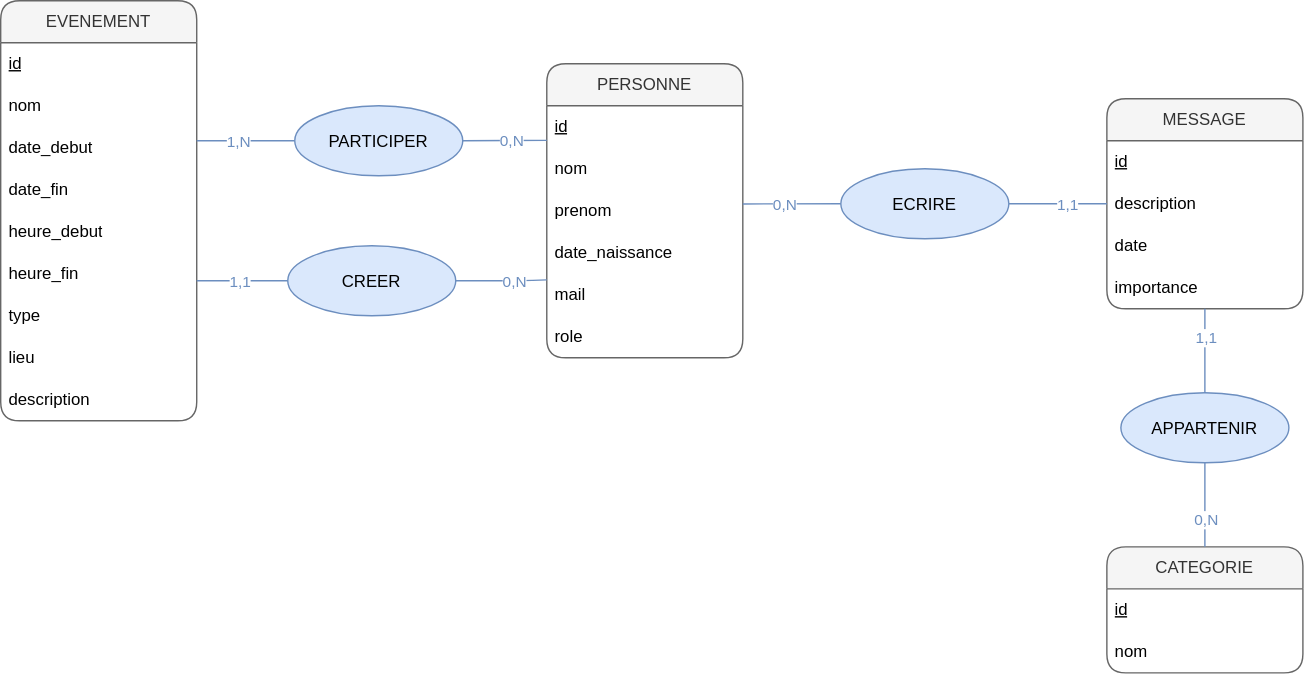
Earlier version of the draw.io export conception/data_base/mcd_v1.drawio.svg (galimvar/viassist). Source tidied: cells renumbered, new cells last; positions are measured from the earlier drawing's top-left corner, leaving out a move shared by most shapes.
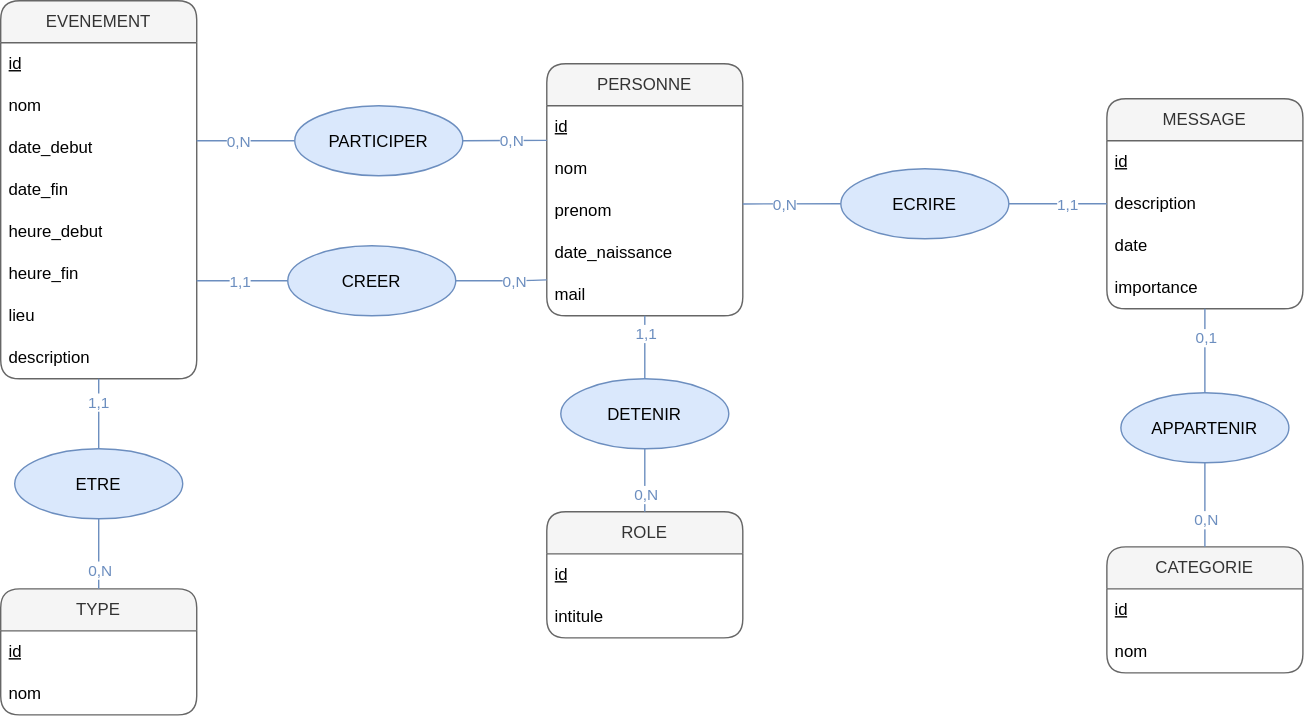
The same diagram one commit later.

Commit message:
chore(conception): changes schema MCD

Change to the diagram source:
```diff
@@ -3,7 +3,7 @@
     <mxCell id="0" />
     <mxCell id="1" parent="0" />
     <mxCell id="2" value="&lt;font face=&quot;Helvetica&quot;&gt;EVENEMENT&lt;/font&gt;" style="swimlane;fontStyle=0;horizontal=1;startSize=30;whiteSpace=wrap;html=1;rounded=1;roundedPerimeter=1;fillColor=#f5f5f5;fontColor=#333333;strokeColor=#666666;" parent="1" vertex="1">
-      <mxGeometry width="140" height="300" as="geometry" />
+      <mxGeometry width="140" height="270" as="geometry" />
     </mxCell>
     <mxCell id="3" value="&lt;u&gt;id&lt;/u&gt;" style="text;strokeColor=none;fillColor=none;align=left;verticalAlign=middle;spacingLeft=4;spacingRight=4;overflow=hidden;whiteSpace=wrap;html=1;rounded=1;roundedPerimeter=1;" parent="2" vertex="1">
       <mxGeometry y="30" width="140" height="30" as="geometry" />
@@ -23,17 +23,14 @@
     <mxCell id="8" value="heure_fin" style="text;strokeColor=none;fillColor=none;align=left;verticalAlign=middle;spacingLeft=4;spacingRight=4;overflow=hidden;whiteSpace=wrap;html=1;rounded=1;roundedPerimeter=1;" parent="2" vertex="1">
       <mxGeometry y="180" width="140" height="30" as="geometry" />
     </mxCell>
-    <mxCell id="9" value="type" style="text;strokeColor=none;fillColor=none;align=left;verticalAlign=middle;spacingLeft=4;spacingRight=4;overflow=hidden;whiteSpace=wrap;html=1;rounded=1;roundedPerimeter=1;" parent="2" vertex="1">
-      <mxGeometry y="210" width="140" height="30" as="geometry" />
-    </mxCell>
     <mxCell id="10" value="lieu" style="text;strokeColor=none;fillColor=none;align=left;verticalAlign=middle;spacingLeft=4;spacingRight=4;overflow=hidden;whiteSpace=wrap;html=1;rounded=1;roundedPerimeter=1;" parent="2" vertex="1">
-      <mxGeometry y="240" width="140" height="30" as="geometry" />
+      <mxGeometry y="210" width="140" height="30" as="geometry" />
     </mxCell>
     <mxCell id="11" value="description" style="text;strokeColor=none;fillColor=none;align=left;verticalAlign=middle;spacingLeft=4;spacingRight=4;overflow=hidden;points=[[0,0.5],[1,0.5]];portConstraint=eastwest;whiteSpace=wrap;html=1;rounded=1;roundedPerimeter=1;" parent="2" vertex="1">
-      <mxGeometry y="270" width="140" height="30" as="geometry" />
+      <mxGeometry y="240" width="140" height="30" as="geometry" />
     </mxCell>
     <mxCell id="12" value="&lt;font face=&quot;Helvetica&quot;&gt;PERSONNE&lt;/font&gt;" style="swimlane;fontStyle=0;horizontal=1;startSize=30;whiteSpace=wrap;html=1;rounded=1;roundedPerimeter=1;fillColor=#f5f5f5;fontColor=#333333;strokeColor=#666666;" parent="1" vertex="1">
-      <mxGeometry x="390" y="45" width="140" height="210" as="geometry" />
+      <mxGeometry x="390" y="45" width="140" height="180" as="geometry" />
     </mxCell>
     <mxCell id="13" value="&lt;u&gt;id&lt;/u&gt;" style="text;strokeColor=none;fillColor=none;align=left;verticalAlign=middle;spacingLeft=4;spacingRight=4;overflow=hidden;points=[[0,0.5],[1,0.5]];portConstraint=eastwest;whiteSpace=wrap;html=1;rounded=1;roundedPerimeter=1;" parent="12" vertex="1">
       <mxGeometry y="30" width="140" height="30" as="geometry" />
@@ -50,9 +47,6 @@
     <mxCell id="17" value="mail" style="text;strokeColor=none;fillColor=none;align=left;verticalAlign=middle;spacingLeft=4;spacingRight=4;overflow=hidden;points=[[0,0.5],[1,0.5]];portConstraint=eastwest;whiteSpace=wrap;html=1;rounded=1;roundedPerimeter=1;" parent="12" vertex="1">
       <mxGeometry y="150" width="140" height="30" as="geometry" />
     </mxCell>
-    <mxCell id="18" value="role" style="text;strokeColor=none;fillColor=none;align=left;verticalAlign=middle;spacingLeft=4;spacingRight=4;overflow=hidden;whiteSpace=wrap;html=1;rounded=1;roundedPerimeter=1;" parent="12" vertex="1">
-      <mxGeometry y="180" width="140" height="30" as="geometry" />
-    </mxCell>
     <mxCell id="19" value="&lt;font face=&quot;Helvetica&quot;&gt;MESSAGE&lt;/font&gt;" style="swimlane;fontStyle=0;horizontal=1;startSize=30;whiteSpace=wrap;html=1;rounded=1;roundedPerimeter=1;fillColor=#f5f5f5;fontColor=#333333;strokeColor=#666666;" parent="1" vertex="1">
       <mxGeometry x="790" y="70" width="140" height="150" as="geometry" />
     </mxCell>
@@ -82,7 +76,7 @@
         <mxPoint x="140" y="100" as="targetPoint" />
       </mxGeometry>
     </mxCell>
-    <mxCell id="28" value="&lt;span style=&quot;color: rgb(108, 142, 191);&quot;&gt;1,N&lt;/span&gt;" style="edgeLabel;html=1;align=center;verticalAlign=middle;fontColor=#3399FF;" parent="27" vertex="1">
+    <mxCell id="28" value="&lt;span style=&quot;color: rgb(108, 142, 191);&quot;&gt;0,N&lt;/span&gt;" style="edgeLabel;html=1;align=center;verticalAlign=middle;fontColor=#3399FF;" parent="27" vertex="1">
       <mxGeometry x="0.16" y="1" relative="1" as="geometry">
         <mxPoint y="-1" as="offset" />
       </mxGeometry>
@@ -141,7 +135,7 @@
         <mxPoint x="860" y="220" as="targetPoint" />
       </mxGeometry>
     </mxCell>
-    <mxCell id="43" value="&lt;span style=&quot;color: rgb(108, 142, 191);&quot;&gt;1,1&lt;/span&gt;" style="edgeLabel;html=1;align=center;verticalAlign=middle;" parent="42" vertex="1">
+    <mxCell id="43" value="&lt;span style=&quot;color: rgb(108, 142, 191);&quot;&gt;0,1&lt;/span&gt;" style="edgeLabel;html=1;align=center;verticalAlign=middle;" parent="42" vertex="1">
       <mxGeometry x="0.25" y="-1" relative="1" as="geometry">
         <mxPoint x="-1" y="-2" as="offset" />
       </mxGeometry>
@@ -157,5 +151,53 @@
     <mxCell id="46" value="APPARTENIR" style="ellipse;whiteSpace=wrap;html=1;shapeInside=1;rounded=1;roundedPerimeter=1;fillColor=#dae8fc;strokeColor=#6c8ebf;" parent="1" vertex="1">
       <mxGeometry x="800" y="280" width="120" height="50" as="geometry" />
     </mxCell>
+    <mxCell id="47" value="&lt;font face=&quot;Helvetica&quot;&gt;TYPE&lt;/font&gt;" style="swimlane;fontStyle=0;horizontal=1;startSize=30;whiteSpace=wrap;html=1;rounded=1;roundedPerimeter=1;fillColor=#f5f5f5;fontColor=#333333;strokeColor=#666666;" parent="1" vertex="1">
+      <mxGeometry y="420" width="140" height="90" as="geometry" />
+    </mxCell>
+    <mxCell id="48" value="&lt;u&gt;id&lt;/u&gt;" style="text;strokeColor=none;fillColor=none;align=left;verticalAlign=middle;spacingLeft=4;spacingRight=4;overflow=hidden;whiteSpace=wrap;html=1;rounded=1;roundedPerimeter=1;" parent="47" vertex="1">
+      <mxGeometry y="30" width="140" height="30" as="geometry" />
+    </mxCell>
+    <mxCell id="49" value="nom" style="text;strokeColor=none;fillColor=none;align=left;verticalAlign=middle;spacingLeft=4;spacingRight=4;overflow=hidden;whiteSpace=wrap;html=1;rounded=1;roundedPerimeter=1;" parent="47" vertex="1">
+      <mxGeometry y="60" width="140" height="30" as="geometry" />
+    </mxCell>
+    <mxCell id="50" style="edgeStyle=none;html=1;endArrow=none;endFill=0;strokeColor=#6C8EBF;" parent="1" edge="1" source="54" target="11">
+      <mxGeometry relative="1" as="geometry" />
+    </mxCell>
+    <mxCell id="51" value="&lt;span style=&quot;color: rgb(108, 142, 191);&quot;&gt;1,1&lt;/span&gt;" style="edgeLabel;html=1;align=center;verticalAlign=middle;" parent="50" vertex="1">
+      <mxGeometry x="0.36" y="1" relative="1" as="geometry" />
+    </mxCell>
+    <mxCell id="52" style="edgeStyle=none;html=1;entryX=0.5;entryY=0;entryDx=0;entryDy=0;endArrow=none;endFill=0;strokeColor=#6C8EBF;" parent="1" edge="1" source="54" target="47">
+      <mxGeometry relative="1" as="geometry" />
+    </mxCell>
+    <mxCell id="53" value="&lt;span style=&quot;color: rgb(108, 142, 191);&quot;&gt;0,N&lt;/span&gt;" style="edgeLabel;html=1;align=center;verticalAlign=middle;" parent="52" vertex="1">
+      <mxGeometry x="0.43" relative="1" as="geometry" />
+    </mxCell>
+    <mxCell id="54" value="ETRE" style="ellipse;whiteSpace=wrap;html=1;shapeInside=1;rounded=1;roundedPerimeter=1;fillColor=#dae8fc;strokeColor=#6c8ebf;" parent="1" vertex="1">
+      <mxGeometry x="10" y="320" width="120" height="50" as="geometry" />
+    </mxCell>
+    <mxCell id="55" value="&lt;font face=&quot;Helvetica&quot;&gt;ROLE&lt;/font&gt;" style="swimlane;fontStyle=0;horizontal=1;startSize=30;whiteSpace=wrap;html=1;rounded=1;roundedPerimeter=1;fillColor=#f5f5f5;fontColor=#333333;strokeColor=#666666;" parent="1" vertex="1">
+      <mxGeometry x="390" y="365" width="140" height="90" as="geometry" />
+    </mxCell>
+    <mxCell id="56" value="&lt;u&gt;id&lt;/u&gt;" style="text;strokeColor=none;fillColor=none;align=left;verticalAlign=middle;spacingLeft=4;spacingRight=4;overflow=hidden;whiteSpace=wrap;html=1;rounded=1;roundedPerimeter=1;" parent="55" vertex="1">
+      <mxGeometry y="30" width="140" height="30" as="geometry" />
+    </mxCell>
+    <mxCell id="57" value="intitule" style="text;strokeColor=none;fillColor=none;align=left;verticalAlign=middle;spacingLeft=4;spacingRight=4;overflow=hidden;whiteSpace=wrap;html=1;rounded=1;roundedPerimeter=1;" parent="55" vertex="1">
+      <mxGeometry y="60" width="140" height="30" as="geometry" />
+    </mxCell>
+    <mxCell id="58" style="edgeStyle=none;html=1;endArrow=none;endFill=0;strokeColor=#6C8EBF;" parent="1" edge="1" source="62" target="17">
+      <mxGeometry relative="1" as="geometry" />
+    </mxCell>
+    <mxCell id="59" value="&lt;span style=&quot;color: rgb(108, 142, 191);&quot;&gt;1,1&lt;/span&gt;" style="edgeLabel;html=1;align=center;verticalAlign=middle;" parent="58" vertex="1">
+      <mxGeometry x="0.45" relative="1" as="geometry" />
+    </mxCell>
+    <mxCell id="60" style="edgeStyle=none;html=1;entryX=0.5;entryY=0;entryDx=0;entryDy=0;strokeColor=#6C8EBF;endArrow=none;endFill=0;" parent="1" edge="1" source="62" target="55">
+      <mxGeometry relative="1" as="geometry" />
+    </mxCell>
+    <mxCell id="61" value="&lt;span style=&quot;color: rgb(108, 142, 191);&quot;&gt;0,N&lt;/span&gt;" style="edgeLabel;html=1;align=center;verticalAlign=middle;" parent="60" vertex="1">
+      <mxGeometry x="0.44" relative="1" as="geometry" />
+    </mxCell>
+    <mxCell id="62" value="DETENIR" style="ellipse;whiteSpace=wrap;html=1;shapeInside=1;rounded=1;roundedPerimeter=1;fillColor=#dae8fc;strokeColor=#6c8ebf;" parent="1" vertex="1">
+      <mxGeometry x="400" y="270" width="120" height="50" as="geometry" />
+    </mxCell>
   </root>
 </mxGraphModel>
```
